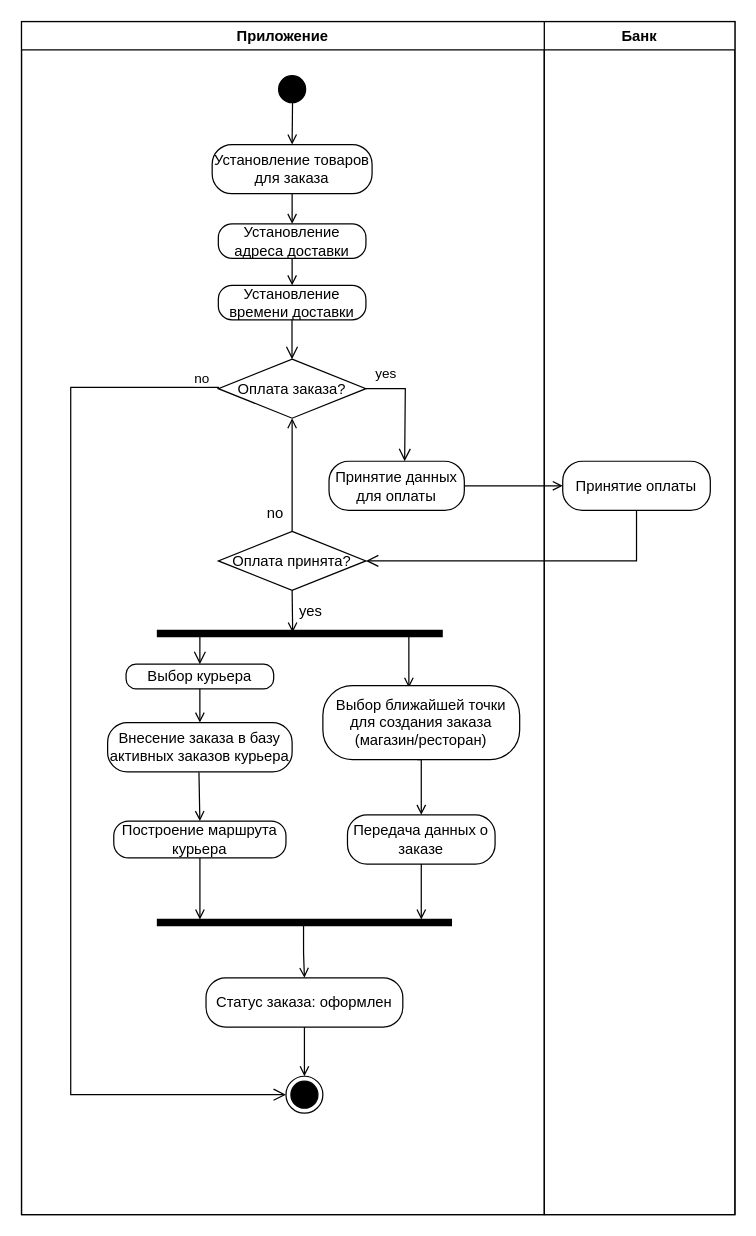
The draw.io diagram charts (drawio format)/activity diagram.drawio in vasslin/Programming-Technologies-3, before the edit. Source tidied: cells renumbered, new cells numbered last; positions are measured from the earlier drawing's top-left corner, leaving out a move shared by most shapes. Both pictures are drawn from the tidied source at 123%, with x=0, y=0 at pixel (21, 21).
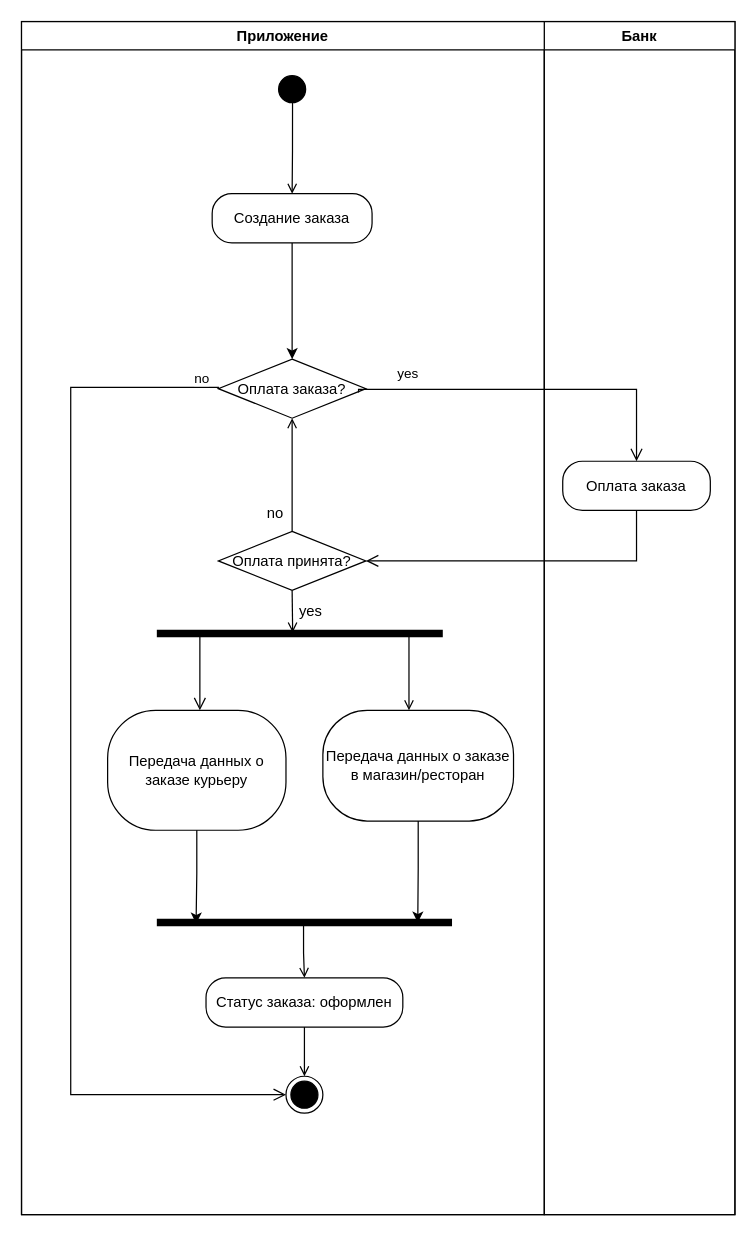
The same page after the edit.

The change refers to these unchanged cells:
```xml
<mxCell id="3" value="Банк" style="swimlane;whiteSpace=wrap;" parent="1" vertex="1">
  <mxGeometry x="425" width="155" height="970" as="geometry" />
</mxCell>
<mxCell id="5" value="Приложение" style="swimlane;whiteSpace=wrap;" parent="1" vertex="1">
  <mxGeometry width="425" height="970" as="geometry" />
</mxCell>
<mxCell id="12" value="Оплата заказа?" style="rhombus;whiteSpace=wrap;html=1;" parent="5" vertex="1">
  <mxGeometry x="160" y="274.5" width="120" height="48" as="geometry" />
</mxCell>
<mxCell id="20" style="shape=line;html=1;strokeWidth=6;" parent="5" vertex="1">
  <mxGeometry x="110" y="492.5" width="232.5" height="10" as="geometry" />
</mxCell>
<mxCell id="30" style="shape=line;html=1;strokeWidth=6;" parent="5" vertex="1">
  <mxGeometry x="110" y="727.5" width="240" height="10" as="geometry" />
</mxCell>
```

What changed in the source:
```diff
@@
-    <mxCell id="4" value="Принятие оплаты" style="rounded=1;whiteSpace=wrap;html=1;arcSize=40;" parent="3" vertex="1">
+    <mxCell id="4" value="Оплата заказа" style="rounded=1;whiteSpace=wrap;html=1;arcSize=40;" parent="3" vertex="1">
       <mxGeometry x="15" y="357.5" width="120" height="40" as="geometry" />
     </mxCell>
@@
-    <mxCell id="8" style="edgeStyle=orthogonalEdgeStyle;rounded=0;jettySize=auto;html=1;endArrow=open;endFill=0;" parent="5" edge="1" source="9">
-      <mxGeometry relative="1" as="geometry">
-        <mxPoint x="220" y="214.5" as="targetPoint" />
-      </mxGeometry>
-    </mxCell>
-    <mxCell id="9" value="Установление адреса доставки" style="rounded=1;whiteSpace=wrap;html=1;arcSize=40;" parent="5" vertex="1">
-      <mxGeometry x="160" y="164.5" width="120" height="28" as="geometry" />
-    </mxCell>
-    <mxCell id="10" value="Установление времени доставки" style="rounded=1;whiteSpace=wrap;html=1;arcSize=40;" parent="5" vertex="1">
-      <mxGeometry x="160" y="214.5" width="120" height="28" as="geometry" />
-    </mxCell>
-    <mxCell id="11" style="edgeStyle=orthogonalEdgeStyle;html=1;verticalAlign=bottom;endArrow=open;endSize=8;rounded=0;" parent="5" edge="1">
-      <mxGeometry relative="1" as="geometry">
-        <mxPoint x="219.9" y="242.5" as="sourcePoint" />
-        <mxPoint x="219.9" y="274.5" as="targetPoint" />
-        <Array as="points">
-          <mxPoint x="220.4" y="258.5" />
-          <mxPoint x="219.4" y="258.5" />
-        </Array>
-      </mxGeometry>
-    </mxCell>
@@
-    <mxCell id="14" value="Принятие данных для оплаты" style="rounded=1;whiteSpace=wrap;html=1;arcSize=40;" parent="5" vertex="1">
-      <mxGeometry x="250" y="357.5" width="110" height="40" as="geometry" />
-    </mxCell>
-    <mxCell id="15" value="yes" style="edgeStyle=orthogonalEdgeStyle;html=1;align=left;verticalAlign=bottom;endArrow=open;endSize=8;strokeColor=#000000;rounded=0;" parent="5" edge="1">
-      <mxGeometry x="-0.77" y="4" relative="1" as="geometry">
-        <mxPoint x="285.5" y="298.5" as="sourcePoint" />
-        <mxPoint x="311.5" y="357.5" as="targetPoint" />
-        <Array as="points">
-          <mxPoint x="280" y="298.5" />
-          <mxPoint x="312" y="298.5" />
-          <mxPoint x="312" y="300.5" />
-          <mxPoint x="312" y="300.5" />
-        </Array>
-      </mxGeometry>
-    </mxCell>
@@
-    <mxCell id="19" style="edgeStyle=orthogonalEdgeStyle;rounded=0;jettySize=auto;html=1;exitX=0.863;exitY=0.411;exitDx=0;exitDy=0;exitPerimeter=0;entryX=0.437;entryY=0.027;entryDx=0;entryDy=0;endArrow=open;endFill=0;entryPerimeter=0;" parent="5" edge="1" source="20" target="27">
+    <mxCell id="19" style="edgeStyle=orthogonalEdgeStyle;rounded=0;jettySize=auto;html=1;exitX=0.863;exitY=0.411;exitDx=0;exitDy=0;exitPerimeter=0;endArrow=open;endFill=0;" parent="5" edge="1" source="20" target="31">
       <mxGeometry relative="1" as="geometry">
         <Array as="points">
           <mxPoint x="315" y="497" />
         </Array>
       </mxGeometry>
     </mxCell>
@@
-    <mxCell id="21" value="Выбор курьера" style="rounded=1;whiteSpace=wrap;html=1;arcSize=40;" parent="5" vertex="1">
-      <mxGeometry x="85" y="522.5" width="120" height="20" as="geometry" />
+    <mxCell id="21" value="Передача данных о заказе курьеру" style="rounded=1;whiteSpace=wrap;html=1;arcSize=40;" parent="5" vertex="1">
+      <mxGeometry x="70" y="560" width="145" height="97.5" as="geometry" />
     </mxCell>
@@
-    <mxCell id="23" value="Внесение заказа в базу активных заказов курьера" style="rounded=1;whiteSpace=wrap;html=1;arcSize=40;" parent="5" vertex="1">
-      <mxGeometry x="70" y="570" width="150" height="40" as="geometry" />
-    </mxCell>
-    <mxCell id="24" style="edgeStyle=orthogonalEdgeStyle;rounded=0;jettySize=auto;html=1;endArrow=open;endFill=0;" parent="5" edge="1" source="21" target="23">
-      <mxGeometry relative="1" as="geometry" />
-    </mxCell>
-    <mxCell id="25" value="Построение маршрута курьера" style="rounded=1;whiteSpace=wrap;html=1;arcSize=40;" parent="5" vertex="1">
-      <mxGeometry x="75" y="650" width="140" height="30" as="geometry" />
-    </mxCell>
-    <mxCell id="26" style="edgeStyle=orthogonalEdgeStyle;rounded=0;jettySize=auto;html=1;endArrow=open;endFill=0;entryX=0.5;entryY=0;entryDx=0;entryDy=0;exitX=0.495;exitY=1.008;exitDx=0;exitDy=0;exitPerimeter=0;" parent="5" edge="1" source="23" target="25">
-      <mxGeometry relative="1" as="geometry" />
-    </mxCell>
-    <mxCell id="27" value="Выбор ближайшей точки для создания заказа (магазин/ресторан)" style="rounded=1;whiteSpace=wrap;html=1;arcSize=40;" parent="5" vertex="1">
-      <mxGeometry x="245" y="540" width="160" height="60" as="geometry" />
-    </mxCell>
@@
-    <mxCell id="31" value="Передача данных о заказе" style="rounded=1;whiteSpace=wrap;html=1;arcSize=40;" parent="5" vertex="1">
-      <mxGeometry x="265" y="645" width="120" height="40" as="geometry" />
+    <mxCell id="31" value="Передача данных о заказе в магазин/ресторан" style="rounded=1;whiteSpace=wrap;html=1;arcSize=40;" parent="5" vertex="1">
+      <mxGeometry x="245" y="560" width="155" height="90" as="geometry" />
     </mxCell>
-    <mxCell id="32" style="edgeStyle=orthogonalEdgeStyle;rounded=0;jettySize=auto;html=1;endArrow=open;endFill=0;exitX=0.48;exitY=1;exitDx=0;exitDy=0;exitPerimeter=0;" parent="5" edge="1" source="27" target="31">
-      <mxGeometry relative="1" as="geometry">
-        <Array as="points">
-          <mxPoint x="325" y="600" />
-        </Array>
-      </mxGeometry>
-    </mxCell>
-    <mxCell id="33" style="edgeStyle=orthogonalEdgeStyle;rounded=0;jettySize=auto;html=1;endArrow=open;endFill=0;" parent="5" edge="1" source="31">
-      <mxGeometry relative="1" as="geometry">
-        <mxPoint x="325" y="730" as="targetPoint" />
-      </mxGeometry>
-    </mxCell>
@@
-    <mxCell id="38" style="edgeStyle=orthogonalEdgeStyle;rounded=0;jettySize=auto;html=1;entryX=0.5;entryY=0;entryDx=0;entryDy=0;endArrow=open;endFill=0;" parent="5" edge="1" source="39" target="9">
-      <mxGeometry relative="1" as="geometry" />
-    </mxCell>
+    <mxCell id="43" style="edgeStyle=orthogonalEdgeStyle;rounded=0;jettySize=auto;html=1;" parent="5" edge="1" source="39" target="12">
+      <mxGeometry relative="1" as="geometry" />
+    </mxCell>
-    <mxCell id="39" value="Установление товаров для заказа" style="rounded=1;whiteSpace=wrap;html=1;arcSize=40;" parent="5" vertex="1">
-      <mxGeometry x="155" y="100" width="130" height="40" as="geometry" />
+    <mxCell id="39" value="Создание заказа" style="rounded=1;whiteSpace=wrap;html=1;arcSize=40;" parent="5" vertex="1">
+      <mxGeometry x="155" y="140" width="130" height="40" as="geometry" />
     </mxCell>
-    <mxCell id="40" style="edgeStyle=orthogonalEdgeStyle;rounded=0;jettySize=auto;html=1;entryX=0.146;entryY=0.25;entryDx=0;entryDy=0;entryPerimeter=0;endArrow=open;endFill=0;" parent="5" edge="1" source="25" target="30">
-      <mxGeometry relative="1" as="geometry" />
-    </mxCell>
-    <mxCell id="41" style="edgeStyle=orthogonalEdgeStyle;rounded=0;jettySize=auto;html=1;entryX=0;entryY=0.5;entryDx=0;entryDy=0;endArrow=open;endFill=0;" parent="1" edge="1" source="14" target="4">
-      <mxGeometry relative="1" as="geometry" />
-    </mxCell>
+    <mxCell id="44" style="edgeStyle=orthogonalEdgeStyle;rounded=0;jettySize=auto;html=1;entryX=0.133;entryY=0.592;entryDx=0;entryDy=0;entryPerimeter=0;" parent="5" edge="1" source="21" target="30">
+      <mxGeometry relative="1" as="geometry" />
+    </mxCell>
+    <mxCell id="45" style="edgeStyle=orthogonalEdgeStyle;rounded=0;jettySize=auto;html=1;entryX=0.884;entryY=0.508;entryDx=0;entryDy=0;entryPerimeter=0;" parent="5" edge="1" source="31" target="30">
+      <mxGeometry relative="1" as="geometry" />
+    </mxCell>
@@
+    <mxCell id="15" value="yes" style="edgeStyle=orthogonalEdgeStyle;html=1;align=left;verticalAlign=bottom;endArrow=open;endSize=8;strokeColor=#000000;rounded=0;entryX=0.5;entryY=0;entryDx=0;entryDy=0;exitX=0.95;exitY=0.565;exitDx=0;exitDy=0;exitPerimeter=0;" parent="1" edge="1" source="12" target="4">
+      <mxGeometry x="-0.77" y="4" relative="1" as="geometry">
+        <Array as="points">
+          <mxPoint x="274" y="299" />
+          <mxPoint x="500" y="299" />
+        </Array>
+      </mxGeometry>
+    </mxCell>
```
